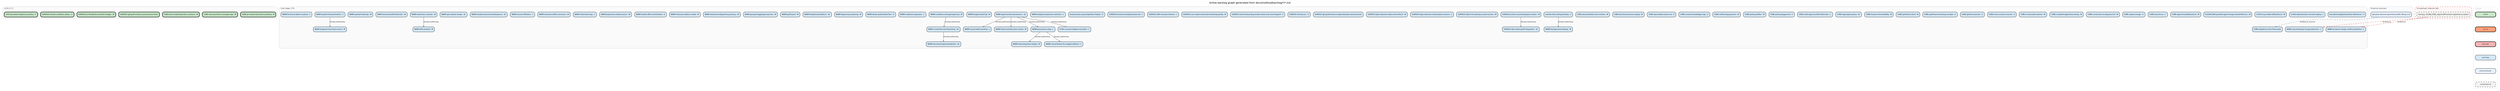
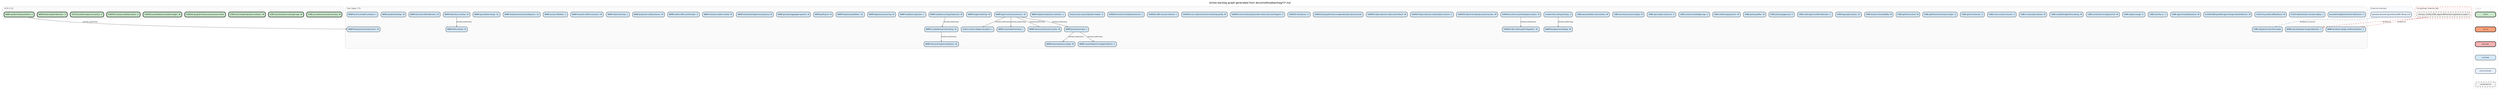
digraph backlog {
  rankdir=TB
  fontname="Helvetica"
  label="Active backlog graph generated from docs/method/backlog/*/*.md"
  labelloc=t
  fontsize=12
  node [shape=box style="rounded,filled" fontname="Helvetica" fontsize=8 margin="0.1,0.05" height=0.35]
  edge [color="#666666" arrowsize=0.5 fontname="Helvetica" fontsize=7]
  newrank=true
  ranksep=0.55
  nodesep=0.2

  subgraph cluster_v0_8_0 {
-     label="v0.8.0 (7)" labeljust=l fontsize=9 fontcolor="#555555"
+     label="v0.8.0 (9)" labeljust=l fontsize=9 fontcolor="#555555"
    style=rounded color="#cccccc" bgcolor="#fafafa"
    v0_8_0_CORE_pr_review_structural_summary [label="CORE-pr-review-structural-summary - M" fillcolor="#C8E6C9" penwidth=2]
    v0_8_0_CORE_structural_test_coverage_map [label="CORE-structural-test-coverage-map - M" fillcolor="#C8E6C9" penwidth=2]
    v0_8_0_CORE_tool_context_injection_contracts [label="CORE-tool-context-injection-contracts - M" fillcolor="#C8E6C9" penwidth=2]
    v0_8_0_SURFACE_git_graft_enhance_provenance_hints [label="SURFACE-git-graft-enhance-provenance-hints" fillcolor="#C8E6C9" penwidth=2]
    v0_8_0_SURFACE_pr_feedback_resolution_ledger [label="SURFACE-pr-feedback-resolution-ledger - M" fillcolor="#C8E6C9" penwidth=2]
    v0_8_0_SURFACE_review_cooldown_status [label="SURFACE-review-cooldown-status - S" fillcolor="#C8E6C9" penwidth=2]
    v0_8_0_TEST_bounded_subprocess_policy [label="TEST-bounded-subprocess-policy - S" fillcolor="#C8E6C9" penwidth=2]
+     v0_8_0_WARP_dead_symbol_detection [label="WARP-dead-symbol-detection - S" fillcolor="#C8E6C9" penwidth=2]
+     v0_8_0_WARP_symbol_history_timeline [label="WARP-symbol-history-timeline - S" fillcolor="#C8E6C9" penwidth=2]
  }

  subgraph cluster_cool_ideas {
-     label="Cool Ideas (75)" labeljust=l fontsize=9 fontcolor="#555555"
+     label="Cool Ideas (73)" labeljust=l fontsize=9 fontcolor="#555555"
    style=rounded color="#cccccc" bgcolor="#fafafa"
    cool_ideas_bounded_neighborhood_for_references [label="bounded-neighborhood-for-references - S" fillcolor="#D4E8F7" penwidth=1]
    cool_ideas_CI_001_causal_collapse_visualizer [label="CI-001-causal-collapse-visualizer - L" fillcolor="#D4E8F7" penwidth=1]
    cool_ideas_CI_002_deterministic_scenario_replay [label="CI-002-deterministic-scenario-replay - L" fillcolor="#D4E8F7" penwidth=1]
    cool_ideas_CI_003_mcp_native_diff_protocol [label="CI-003-mcp-native-diff-protocol - M" fillcolor="#D4E8F7" penwidth=1]
    cool_ideas_CLEAN_CODE_parallel_agent_merge_shared_file_loss [label="CLEAN-CODE-parallel-agent-merge-shared-file-loss - M" fillcolor="#D4E8F7" penwidth=1]
    cool_ideas_CORE_agent_handoff_protocol [label="CORE-agent-handoff-protocol - M" fillcolor="#D4E8F7" penwidth=1]
    cool_ideas_CORE_auto_focus [label="CORE-auto-focus - L" fillcolor="#D4E8F7" penwidth=1]
    cool_ideas_CORE_capture_range [label="CORE-capture-range - S" fillcolor="#D4E8F7" penwidth=1]
    cool_ideas_CORE_constructor_in_disguise_lint [label="CORE-constructor-in-disguise-lint - M" fillcolor="#D4E8F7" penwidth=1]
    cool_ideas_CORE_context_budget_forecasting [label="CORE-context-budget-forecasting - M" fillcolor="#D4E8F7" penwidth=1]
    cool_ideas_CORE_conversation_primer [label="CORE-conversation-primer - M" fillcolor="#D4E8F7" penwidth=1]
    cool_ideas_CORE_cross_session_resume [label="CORE-cross-session-resume - S" fillcolor="#D4E8F7" penwidth=1]
    cool_ideas_CORE_graft_as_teacher [label="CORE-graft-as-teacher - S" fillcolor="#D4E8F7" penwidth=1]
    cool_ideas_CORE_graft_teach_learning_receipts [label="CORE-graft-teach-learning-receipts - S" fillcolor="#D4E8F7" penwidth=1]
    cool_ideas_CORE_graft_tool_client [label="CORE-graft-tool-client - M" fillcolor="#D4E8F7" penwidth=1]
    cool_ideas_CORE_horizon_of_readability [label="CORE-horizon-of-readability - M" fillcolor="#D4E8F7" penwidth=1]
    cool_ideas_CORE_lagrangian_policy [label="CORE-lagrangian-policy - XL" fillcolor="#D4E8F7" penwidth=1]
    cool_ideas_CORE_migrate_to_slice_first_reads [label="CORE-migrate-to-slice-first-reads" fillcolor="#D4E8F7" penwidth=1]
    cool_ideas_CORE_multi_agent_conflict_detection [label="CORE-multi-agent-conflict-detection - L" fillcolor="#D4E8F7" penwidth=1]
    cool_ideas_CORE_policy_playground [label="CORE-policy-playground - S" fillcolor="#D4E8F7" penwidth=1]
    cool_ideas_CORE_policy_profiles [label="CORE-policy-profiles - M" fillcolor="#D4E8F7" penwidth=1]
    cool_ideas_CORE_self_tuning_governor [label="CORE-self-tuning-governor - M" fillcolor="#D4E8F7" penwidth=1]
    cool_ideas_CORE_session_knowledge_map [label="CORE-session-knowledge-map - S" fillcolor="#D4E8F7" penwidth=1]
    cool_ideas_CORE_speculative_read_cost [label="CORE-speculative-read-cost - S" fillcolor="#D4E8F7" penwidth=1]
    cool_ideas_CORE_structural_session_replay [label="CORE-structural-session-replay - M" fillcolor="#D4E8F7" penwidth=1]
    cool_ideas_CORE_wire_primitives_into_runtime [label="CORE-wire-primitives-into-runtime - M" fillcolor="#D4E8F7" penwidth=1]
    cool_ideas_monitor_tick_ceiling_tracking [label="monitor-tick-ceiling-tracking - S" fillcolor="#D4E8F7" penwidth=1]
    cool_ideas_SURFACE_active_causal_workspace_status [label="SURFACE-active-causal-workspace-status - M" fillcolor="#D4E8F7" penwidth=1]
    cool_ideas_SURFACE_attach_to_existing_causal_session [label="SURFACE-attach-to-existing-causal-session - M" fillcolor="#D4E8F7" penwidth=1]
    cool_ideas_SURFACE_bijou_daemon_control_plane_actions [label="SURFACE-bijou-daemon-control-plane-actions - L" fillcolor="#D4E8F7" penwidth=1]
    cool_ideas_SURFACE_bijou_daemon_status_live_refresh [label="SURFACE-bijou-daemon-status-live-refresh - M" fillcolor="#D4E8F7" penwidth=1]
    cool_ideas_SURFACE_git_graft_enhance_expanded_git_subcommands [label="SURFACE-git-graft-enhance-expanded-git-subcommands" fillcolor="#D4E8F7" penwidth=1]
    cool_ideas_SURFACE_ide_native_graft_integration [label="SURFACE-ide-native-graft-integration - XL" fillcolor="#D4E8F7" penwidth=1]
    cool_ideas_SURFACE_init_dry_run [label="SURFACE-init-dry-run - S" fillcolor="#D4E8F7" penwidth=1]
    cool_ideas_SURFACE_local_history_dag_render_mode_and_count_legend [label="SURFACE-local-history-dag-render-mode-and-count-legend - S" fillcolor="#D4E8F7" penwidth=1]
    cool_ideas_SURFACE_non_codex_instruction_bootstrap_parity [label="SURFACE-non-codex-instruction-bootstrap-parity - M" fillcolor="#D4E8F7" penwidth=1]
    cool_ideas_SURFACE_offer_rename_refactor [label="SURFACE-offer-rename-refactor - L" fillcolor="#D4E8F7" penwidth=1]
    cool_ideas_SURFACE_terminal_activity_browser_tui [label="SURFACE-terminal-activity-browser-tui - L" fillcolor="#D4E8F7" penwidth=1]
    cool_ideas_traverse_plus_query_hydration_helper [label="traverse-plus-query-hydration-helper - S" fillcolor="#D4E8F7" penwidth=1]
    cool_ideas_WARP_adaptive_projection_selection [label="WARP-adaptive-projection-selection - L" fillcolor="#D4E8F7" penwidth=1]
    cool_ideas_WARP_agent_action_provenance [label="WARP-agent-action-provenance - XL" fillcolor="#D4E8F7" penwidth=1]
    cool_ideas_WARP_auto_breaking_change_detection [label="WARP-auto-breaking-change-detection - L" fillcolor="#D4E8F7" penwidth=1]
    cool_ideas_WARP_background_indexing [label="WARP-background-indexing - M" fillcolor="#D4E8F7" penwidth=1]
    cool_ideas_WARP_budget_elasticity [label="WARP-budget-elasticity - M" fillcolor="#D4E8F7" penwidth=1]
    cool_ideas_WARP_causal_blame_for_staged_artifacts [label="WARP-causal-blame-for-staged-artifacts - L" fillcolor="#D4E8F7" penwidth=1]
    cool_ideas_WARP_causal_write_tracking [label="WARP-causal-write-tracking - L" fillcolor="#D4E8F7" penwidth=1]
    cool_ideas_WARP_codebase_entropy_trajectory [label="WARP-codebase-entropy-trajectory - M" fillcolor="#D4E8F7" penwidth=1]
    cool_ideas_WARP_codebase_signature [label="WARP-codebase-signature - L" fillcolor="#D4E8F7" penwidth=1]
    cool_ideas_WARP_counterfactual_refactoring [label="WARP-counterfactual-refactoring - XL" fillcolor="#D4E8F7" penwidth=1]
-     cool_ideas_WARP_dead_symbol_detection [label="WARP-dead-symbol-detection - S" fillcolor="#D4E8F7" penwidth=1]
    cool_ideas_WARP_degeneracy_warning [label="WARP-degeneracy-warning - M" fillcolor="#D4E8F7" penwidth=1]
    cool_ideas_WARP_drift_sentinel [label="WARP-drift-sentinel - M" fillcolor="#D4E8F7" penwidth=1]
    cool_ideas_WARP_footprint_parallelism [label="WARP-footprint-parallelism - XL" fillcolor="#D4E8F7" penwidth=1]
    cool_ideas_WARP_graft_pack [label="WARP-graft-pack - M" fillcolor="#D4E8F7" penwidth=1]
    cool_ideas_WARP_grouped_aggregate_queries [label="WARP-grouped-aggregate-queries - M" fillcolor="#D4E8F7" penwidth=1]
    cool_ideas_WARP_intent_and_decision_events [label="WARP-intent-and-decision-events - M" fillcolor="#D4E8F7" penwidth=1]
    cool_ideas_WARP_intentional_degeneracy_privacy [label="WARP-intentional-degeneracy-privacy - M" fillcolor="#D4E8F7" penwidth=1]
    cool_ideas_WARP_minimum_viable_context [label="WARP-minimum-viable-context - M" fillcolor="#D4E8F7" penwidth=1]
    cool_ideas_WARP_outline_diff_commit_trailer [label="WARP-outline-diff-commit-trailer - S" fillcolor="#D4E8F7" penwidth=1]
    cool_ideas_WARP_projection_safety_classes [label="WARP-projection-safety-classes - M" fillcolor="#D4E8F7" penwidth=1]
    cool_ideas_WARP_provenance_dag [label="WARP-provenance-dag - L" fillcolor="#D4E8F7" penwidth=1]
    cool_ideas_WARP_reasoning_trace_replay [label="WARP-reasoning-trace-replay - M" fillcolor="#D4E8F7" penwidth=1]
    cool_ideas_WARP_rulial_heat_map [label="WARP-rulial-heat-map - L" fillcolor="#D4E8F7" penwidth=1]
    cool_ideas_WARP_semantic_drift_in_sessions [label="WARP-semantic-drift-in-sessions - M" fillcolor="#D4E8F7" penwidth=1]
    cool_ideas_WARP_semantic_merge_conflict_prediction [label="WARP-semantic-merge-conflict-prediction - L" fillcolor="#D4E8F7" penwidth=1]
    cool_ideas_WARP_session_filtration [label="WARP-session-filtration - L" fillcolor="#D4E8F7" penwidth=1]
    cool_ideas_WARP_shadow_structural_workspaces [label="WARP-shadow-structural-workspaces - XL" fillcolor="#D4E8F7" penwidth=1]
    cool_ideas_WARP_speculative_merge [label="WARP-speculative-merge - XL" fillcolor="#D4E8F7" penwidth=1]
    cool_ideas_WARP_stale_docs_checker [label="WARP-stale-docs-checker - M" fillcolor="#D4E8F7" penwidth=1]
    cool_ideas_WARP_structural_drift_detection [label="WARP-structural-drift-detection - M" fillcolor="#D4E8F7" penwidth=1]
    cool_ideas_WARP_structural_impact_prediction [label="WARP-structural-impact-prediction - XL" fillcolor="#D4E8F7" penwidth=1]
    cool_ideas_WARP_symbol_heatmap [label="WARP-symbol-heatmap - M" fillcolor="#D4E8F7" penwidth=1]
-     cool_ideas_WARP_symbol_history_timeline [label="WARP-symbol-history-timeline - S" fillcolor="#D4E8F7" penwidth=1]
    cool_ideas_WARP_technical_debt_curvature [label="WARP-technical-debt-curvature - L" fillcolor="#D4E8F7" penwidth=1]
    cool_ideas_WARP_temporal_structural_search [label="WARP-temporal-structural-search - M" fillcolor="#D4E8F7" penwidth=1]
  }

  subgraph cluster_external {
    label="External blockers" labeljust=l fontsize=9 fontcolor="#555555"
    style=rounded color="#cccccc" bgcolor="#f8fbff"
    external_git_warp_observer_geometry_ladder__Rung_2_4_ [label="git-warp observer geometry ladder (Rung 2-4)" fillcolor="#E8F2FF" penwidth=1]
  }

  subgraph cluster_unresolved {
    label="Unresolved internal refs" labeljust=l fontsize=9 fontcolor="#555555"
    style="rounded,dashed" color="#cc3333" bgcolor="#fff7f7"
    unresolved_CLEAN_CODE_export_diff_semver_signature_as_patch [label="missing: CLEAN_CODE_export-diff-semver-signature-as-patch" fillcolor="#F2F2F2" penwidth=1 style="rounded,dashed,filled"]
  }

  cool_ideas_monitor_tick_ceiling_tracking -> cool_ideas_WARP_background_indexing [label="blocked_by/blocking"]
  cool_ideas_SURFACE_active_causal_workspace_status -> cool_ideas_SURFACE_ide_native_graft_integration [label="blocked_by/blocking"]
  cool_ideas_WARP_agent_action_provenance -> cool_ideas_CI_001_causal_collapse_visualizer [label="blocked_by/blocking"]
  cool_ideas_WARP_agent_action_provenance -> cool_ideas_WARP_causal_write_tracking [label="blocked_by/blocking"]
  cool_ideas_WARP_agent_action_provenance -> cool_ideas_WARP_intent_and_decision_events [label="blocked_by/blocking"]
  cool_ideas_WARP_agent_action_provenance -> cool_ideas_WARP_provenance_dag [label="blocked_by/blocking"]
  cool_ideas_WARP_codebase_entropy_trajectory -> cool_ideas_WARP_counterfactual_refactoring [label="blocked_by/blocking"]
  cool_ideas_WARP_counterfactual_refactoring -> cool_ideas_WARP_structural_impact_prediction [label="blocked_by/blocking"]
  cool_ideas_WARP_provenance_dag -> cool_ideas_WARP_causal_blame_for_staged_artifacts [label="blocked_by/blocking"]
  cool_ideas_WARP_provenance_dag -> cool_ideas_WARP_reasoning_trace_replay [label="blocked_by/blocking"]
  cool_ideas_WARP_stale_docs_checker -> cool_ideas_WARP_drift_sentinel [label="blocked_by/blocking"]
-   cool_ideas_WARP_symbol_history_timeline -> cool_ideas_WARP_temporal_structural_search [label="blocked_by/blocking"]
  external_git_warp_observer_geometry_ladder__Rung_2_4_ -> cool_ideas_CORE_migrate_to_slice_first_reads [label="blocked_by_external" style=dashed color="#4477AA"]
  unresolved_CLEAN_CODE_export_diff_semver_signature_as_patch -> cool_ideas_WARP_auto_breaking_change_detection [label="blocked_by" style=dashed color="#CC3333"]
  unresolved_CLEAN_CODE_export_diff_semver_signature_as_patch -> cool_ideas_WARP_semantic_merge_conflict_prediction [label="blocked_by" style=dashed color="#CC3333"]
+   v0_8_0_WARP_symbol_history_timeline -> cool_ideas_WARP_temporal_structural_search [label="blocked_by/blocking"]

  subgraph cluster_legend {
    label="Legend" labeljust=l fontsize=8 fontcolor="#aaaaaa"
    style=rounded color="#dddddd"
    node [fontsize=7 width=1.4]
    leg_v08 [label="v0.8.0" fillcolor="#C8E6C9" penwidth=2]
    leg_v07 [label="v0.7.0" fillcolor="#FFA07A" penwidth=2]
    leg_bad [label="bad-code" fillcolor="#F6B3B3" penwidth=2]
    leg_idea [label="cool-ideas" fillcolor="#D4E8F7" penwidth=1]
    leg_external [label="external blocker" fillcolor="#E8F2FF" penwidth=1]
    leg_unresolved [label="unresolved ref" fillcolor="#F2F2F2" penwidth=1 style="rounded,dashed,filled"]
    leg_v08 -> leg_v07 [style=invis]
    leg_v07 -> leg_bad [style=invis]
    leg_bad -> leg_idea [style=invis]
    leg_idea -> leg_external [style=invis]
    leg_external -> leg_unresolved [style=invis]
  }
}
